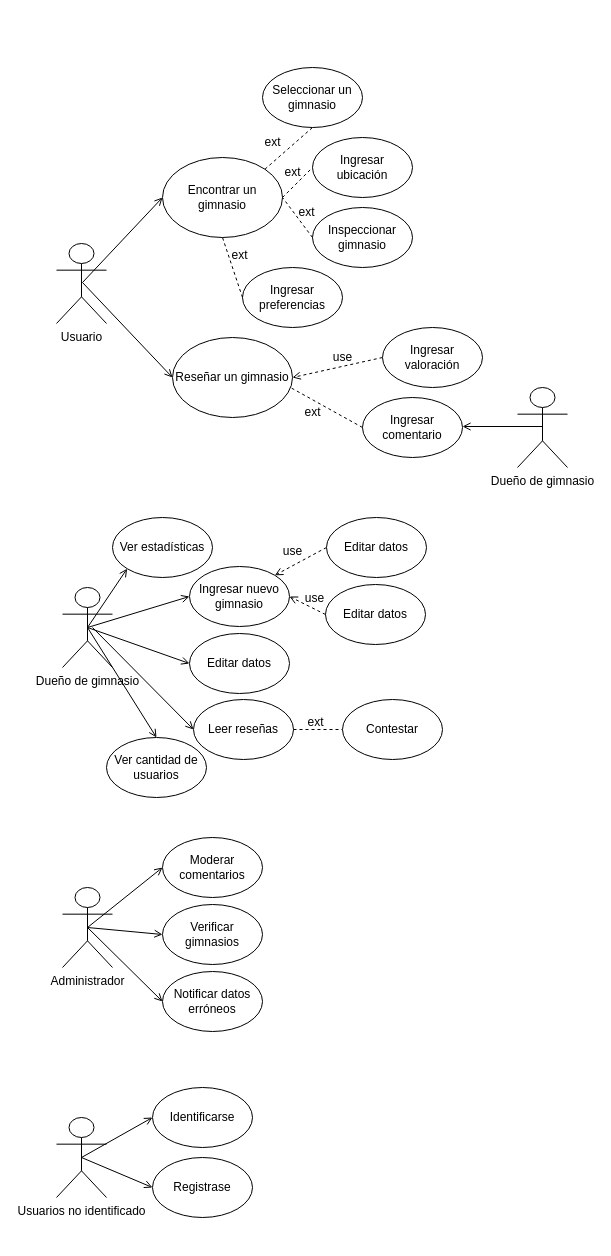
Before: Documentación/Draw.io/Diagrama de casos de uso.drawio in LucasConde22/GymFinder, a draw.io diagram. Source tidied: cells renumbered, new cells numbered last; positions are measured from the earlier drawing's top-left corner, leaving out a move shared by most shapes. Both pictures are drawn from the tidied source at 100%, with x=0, y=0 at pixel (56, 67).
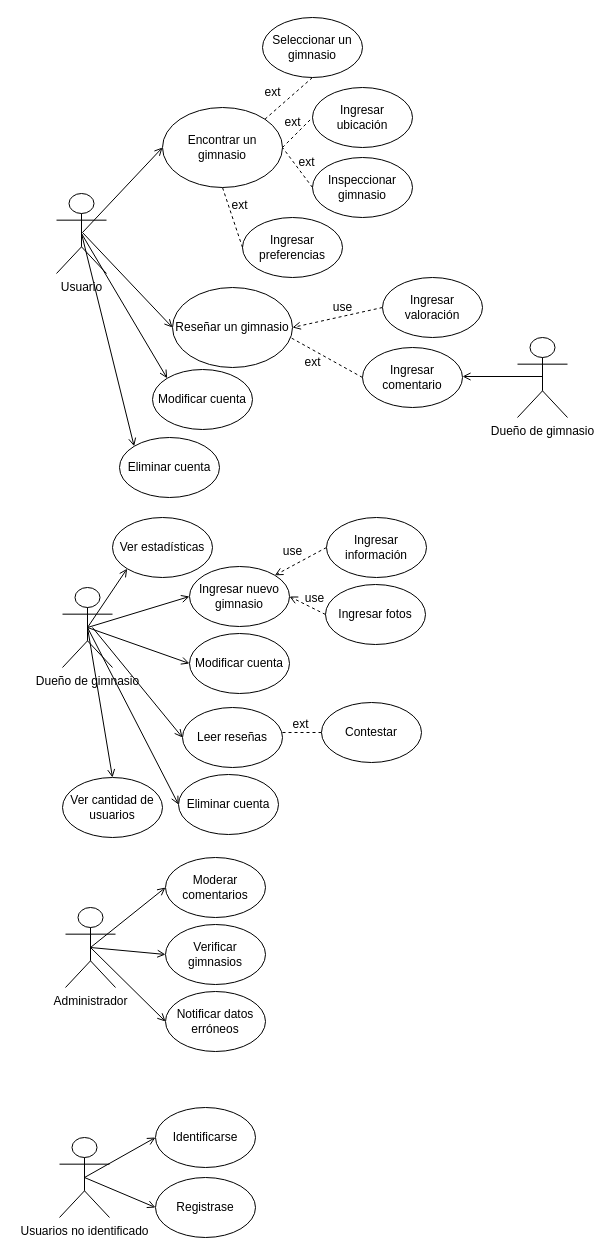
The same diagram, later.

The change refers to these unchanged cells:
```xml
<mxCell id="26" value="Dueño de gimnasio" style="shape=umlActor;verticalLabelPosition=bottom;verticalAlign=top;html=1;outlineConnect=0;" parent="1" vertex="1">
  <mxGeometry x="6" y="520" width="50" height="80" as="geometry" />
</mxCell>
```

The edit, as a diff of the source:
```diff
@@
     <mxCell id="2" style="endArrow=open;html=1;rounded=0;endFill=0;exitX=0.5;exitY=0.5;exitDx=0;exitDy=0;exitPerimeter=0;entryX=0;entryY=0.5;entryDx=0;entryDy=0;" parent="1" edge="1" target="3">
       <mxGeometry relative="1" as="geometry">
-        <mxPoint x="26" y="215" as="sourcePoint" />
+        <mxPoint x="26" y="165" as="sourcePoint" />
       </mxGeometry>
     </mxCell>
     <mxCell id="3" value="Encontrar un gimnasio" style="ellipse;whiteSpace=wrap;html=1;" parent="1" vertex="1">
-      <mxGeometry x="106" y="90" width="120" height="80" as="geometry" />
+      <mxGeometry x="106" y="40" width="120" height="80" as="geometry" />
     </mxCell>
     <mxCell id="4" style="endArrow=open;html=1;rounded=0;endFill=0;exitX=0.5;exitY=0.5;exitDx=0;exitDy=0;exitPerimeter=0;entryX=0;entryY=0.5;entryDx=0;entryDy=0;" parent="1" edge="1" target="5">
       <mxGeometry relative="1" as="geometry">
-        <mxPoint x="26" y="215" as="sourcePoint" />
+        <mxPoint x="26" y="165" as="sourcePoint" />
       </mxGeometry>
     </mxCell>
     <mxCell id="5" value="Reseñar un gimnasio" style="ellipse;whiteSpace=wrap;html=1;" parent="1" vertex="1">
-      <mxGeometry x="116" y="270" width="120" height="80" as="geometry" />
+      <mxGeometry x="116" y="220" width="120" height="80" as="geometry" />
     </mxCell>
     <mxCell id="6" value="Seleccionar un gimnasio" style="ellipse;whiteSpace=wrap;html=1;" parent="1" vertex="1">
-      <mxGeometry x="206" width="100" height="60" as="geometry" />
+      <mxGeometry x="206" y="-50" width="100" height="60" as="geometry" />
     </mxCell>
     <mxCell id="7" value="Ingresar ubicación" style="ellipse;whiteSpace=wrap;html=1;" parent="1" vertex="1">
-      <mxGeometry x="256" y="70" width="100" height="60" as="geometry" />
+      <mxGeometry x="256" y="20" width="100" height="60" as="geometry" />
     </mxCell>
     <mxCell id="8" value="Inspeccionar gimnasio" style="ellipse;whiteSpace=wrap;html=1;" parent="1" vertex="1">
-      <mxGeometry x="256" y="140" width="100" height="60" as="geometry" />
+      <mxGeometry x="256" y="90" width="100" height="60" as="geometry" />
     </mxCell>
     <mxCell id="9" value="Ingresar preferencias" style="ellipse;whiteSpace=wrap;html=1;" parent="1" vertex="1">
-      <mxGeometry x="186" y="200" width="100" height="60" as="geometry" />
+      <mxGeometry x="186" y="150" width="100" height="60" as="geometry" />
     </mxCell>
@@
     <mxCell id="14" value="ext" style="text;html=1;align=center;verticalAlign=middle;strokeColor=none;fillColor=none;" parent="1" vertex="1">
-      <mxGeometry x="196" y="60" width="40" height="30" as="geometry" />
+      <mxGeometry x="196" y="10" width="40" height="30" as="geometry" />
     </mxCell>
     <mxCell id="15" value="ext" style="text;html=1;align=center;verticalAlign=middle;strokeColor=none;fillColor=none;" parent="1" vertex="1">
-      <mxGeometry x="216" y="90" width="40" height="30" as="geometry" />
+      <mxGeometry x="216" y="40" width="40" height="30" as="geometry" />
     </mxCell>
     <mxCell id="16" value="ext" style="text;html=1;align=center;verticalAlign=middle;strokeColor=none;fillColor=none;" parent="1" vertex="1">
-      <mxGeometry x="230" y="130" width="40" height="30" as="geometry" />
+      <mxGeometry x="230" y="80" width="40" height="30" as="geometry" />
     </mxCell>
     <mxCell id="17" value="ext" style="text;html=1;align=center;verticalAlign=middle;strokeColor=none;fillColor=none;" parent="1" vertex="1">
-      <mxGeometry x="163" y="173" width="40" height="30" as="geometry" />
+      <mxGeometry x="163" y="123" width="40" height="30" as="geometry" />
     </mxCell>
     <mxCell id="18" style="endArrow=open;html=1;rounded=0;entryX=1;entryY=0.5;entryDx=0;entryDy=0;endFill=0;dashed=1;" parent="1" edge="1" target="5">
       <mxGeometry relative="1" as="geometry">
-        <mxPoint x="326" y="290" as="sourcePoint" />
+        <mxPoint x="326" y="240" as="sourcePoint" />
       </mxGeometry>
     </mxCell>
     <mxCell id="19" value="Ingresar valoración" style="ellipse;whiteSpace=wrap;html=1;" parent="1" vertex="1">
-      <mxGeometry x="326" y="260" width="100" height="60" as="geometry" />
+      <mxGeometry x="326" y="210" width="100" height="60" as="geometry" />
     </mxCell>
     <mxCell id="20" value="use" style="text;html=1;align=center;verticalAlign=middle;strokeColor=none;fillColor=none;" parent="1" vertex="1">
-      <mxGeometry x="266" y="275" width="40" height="30" as="geometry" />
+      <mxGeometry x="266" y="225" width="40" height="30" as="geometry" />
     </mxCell>
     <mxCell id="21" value="Ingresar comentario" style="ellipse;whiteSpace=wrap;html=1;" parent="1" vertex="1">
-      <mxGeometry x="306" y="330" width="100" height="60" as="geometry" />
+      <mxGeometry x="306" y="280" width="100" height="60" as="geometry" />
     </mxCell>
@@
     <mxCell id="23" value="ext" style="text;html=1;align=center;verticalAlign=middle;strokeColor=none;fillColor=none;" parent="1" vertex="1">
-      <mxGeometry x="236" y="330" width="40" height="30" as="geometry" />
+      <mxGeometry x="236" y="280" width="40" height="30" as="geometry" />
     </mxCell>
     <mxCell id="24" style="endArrow=open;html=1;rounded=0;endFill=0;" parent="1" edge="1">
       <mxGeometry relative="1" as="geometry">
-        <mxPoint x="486" y="359" as="sourcePoint" />
-        <mxPoint x="406" y="359" as="targetPoint" />
+        <mxPoint x="486" y="309" as="sourcePoint" />
+        <mxPoint x="406" y="309" as="targetPoint" />
       </mxGeometry>
     </mxCell>
     <mxCell id="25" value="Dueño de gimnasio" style="shape=umlActor;verticalLabelPosition=bottom;verticalAlign=top;html=1;" parent="1" vertex="1">
-      <mxGeometry x="461" y="320" width="50" height="80" as="geometry" />
+      <mxGeometry x="461" y="270" width="50" height="80" as="geometry" />
     </mxCell>
@@
     <mxCell id="27" value="Usuario" style="shape=umlActor;verticalLabelPosition=bottom;verticalAlign=top;html=1;outlineConnect=0;" parent="1" vertex="1">
-      <mxGeometry y="176" width="50" height="80" as="geometry" />
+      <mxGeometry y="126" width="50" height="80" as="geometry" />
     </mxCell>
@@
-    <mxCell id="30" value="Editar datos" style="ellipse;whiteSpace=wrap;html=1;" parent="1" vertex="1">
+    <mxCell id="30" value="Modificar cuenta" style="ellipse;whiteSpace=wrap;html=1;" parent="1" vertex="1">
       <mxGeometry x="133" y="566" width="100" height="60" as="geometry" />
     </mxCell>
     <mxCell id="31" value="Ver cantidad de usuarios" style="ellipse;whiteSpace=wrap;html=1;" parent="1" vertex="1">
-      <mxGeometry x="50" y="670" width="100" height="60" as="geometry" />
+      <mxGeometry x="6" y="710" width="100" height="60" as="geometry" />
     </mxCell>
@@
-    <mxCell id="37" value="Editar datos" style="ellipse;whiteSpace=wrap;html=1;" parent="1" vertex="1">
+    <mxCell id="37" value="Ingresar información" style="ellipse;whiteSpace=wrap;html=1;" parent="1" vertex="1">
       <mxGeometry x="270" y="450" width="100" height="60" as="geometry" />
     </mxCell>
-    <mxCell id="38" value="Editar datos" style="ellipse;whiteSpace=wrap;html=1;" parent="1" vertex="1">
+    <mxCell id="38" value="Ingresar fotos" style="ellipse;whiteSpace=wrap;html=1;" parent="1" vertex="1">
       <mxGeometry x="269" y="517" width="100" height="60" as="geometry" />
     </mxCell>
@@
     <mxCell id="42" value="Leer reseñas" style="ellipse;whiteSpace=wrap;html=1;" parent="1" vertex="1">
-      <mxGeometry x="137" y="632" width="100" height="60" as="geometry" />
+      <mxGeometry x="126" y="640" width="100" height="60" as="geometry" />
     </mxCell>
@@
-    <mxCell id="44" style="endArrow=none;dashed=1;html=1;rounded=0;exitX=1;exitY=0.5;exitDx=0;exitDy=0;" parent="1" edge="1" source="42">
-      <mxGeometry relative="1" as="geometry">
-        <mxPoint x="286" y="662" as="targetPoint" />
-      </mxGeometry>
+    <mxCell id="44" style="endArrow=none;dashed=1;html=1;rounded=0;exitX=1;exitY=0.417;exitDx=0;exitDy=0;entryX=0;entryY=0.5;entryDx=0;entryDy=0;exitPerimeter=0;" parent="1" edge="1" source="42" target="45">
+      <mxGeometry relative="1" as="geometry" />
     </mxCell>
     <mxCell id="45" value="Contestar" style="ellipse;whiteSpace=wrap;html=1;" parent="1" vertex="1">
-      <mxGeometry x="286" y="632" width="100" height="60" as="geometry" />
+      <mxGeometry x="265" y="635" width="100" height="60" as="geometry" />
     </mxCell>
     <mxCell id="46" value="ext" style="text;html=1;align=center;verticalAlign=middle;strokeColor=none;fillColor=none;" parent="1" vertex="1">
-      <mxGeometry x="239" y="640" width="40" height="30" as="geometry" />
+      <mxGeometry x="224" y="642" width="40" height="30" as="geometry" />
     </mxCell>
     <mxCell id="47" value="Administrador" style="shape=umlActor;verticalLabelPosition=bottom;verticalAlign=top;html=1;outlineConnect=0;" parent="1" vertex="1">
-      <mxGeometry x="6" y="820" width="50" height="80" as="geometry" />
+      <mxGeometry x="9" y="840" width="50" height="80" as="geometry" />
     </mxCell>
     <mxCell id="48" value="Moderar comentarios" style="ellipse;whiteSpace=wrap;html=1;" parent="1" vertex="1">
-      <mxGeometry x="106" y="770" width="100" height="60" as="geometry" />
+      <mxGeometry x="109" y="790" width="100" height="60" as="geometry" />
     </mxCell>
     <mxCell id="49" value="Verificar gimnasios" style="ellipse;whiteSpace=wrap;html=1;" parent="1" vertex="1">
-      <mxGeometry x="106" y="837" width="100" height="60" as="geometry" />
+      <mxGeometry x="109" y="857" width="100" height="60" as="geometry" />
     </mxCell>
@@
     <mxCell id="52" value="Notificar datos erróneos" style="ellipse;whiteSpace=wrap;html=1;" parent="1" vertex="1">
-      <mxGeometry x="106" y="904" width="100" height="60" as="geometry" />
+      <mxGeometry x="109" y="924" width="100" height="60" as="geometry" />
     </mxCell>
@@
     <mxCell id="54" value="Usuarios no identificado" style="shape=umlActor;verticalLabelPosition=bottom;verticalAlign=top;html=1;outlineConnect=0;" parent="1" vertex="1">
-      <mxGeometry y="1050" width="50" height="80" as="geometry" />
+      <mxGeometry x="3" y="1070" width="50" height="80" as="geometry" />
     </mxCell>
     <mxCell id="55" value="Identificarse" style="ellipse;whiteSpace=wrap;html=1;" parent="1" vertex="1">
-      <mxGeometry x="96" y="1020" width="100" height="60" as="geometry" />
+      <mxGeometry x="99" y="1040" width="100" height="60" as="geometry" />
     </mxCell>
     <mxCell id="56" value="Registrase" style="ellipse;whiteSpace=wrap;html=1;" parent="1" vertex="1">
-      <mxGeometry x="96" y="1090" width="100" height="60" as="geometry" />
+      <mxGeometry x="99" y="1110" width="100" height="60" as="geometry" />
     </mxCell>
@@
+    <mxCell id="59" style="endArrow=open;html=1;rounded=0;endFill=0;exitX=0.5;exitY=0.5;exitDx=0;exitDy=0;exitPerimeter=0;entryX=0;entryY=0;entryDx=0;entryDy=0;" parent="1" edge="1" source="27" target="60">
+      <mxGeometry relative="1" as="geometry" />
+    </mxCell>
+    <mxCell id="60" value="Modificar cuenta" style="ellipse;whiteSpace=wrap;html=1;" parent="1" vertex="1">
+      <mxGeometry x="96" y="302" width="100" height="60" as="geometry" />
+    </mxCell>
+    <mxCell id="61" value="Eliminar cuenta" style="ellipse;whiteSpace=wrap;html=1;" parent="1" vertex="1">
+      <mxGeometry x="63" y="370" width="100" height="60" as="geometry" />
+    </mxCell>
+    <mxCell id="62" style="endArrow=open;html=1;rounded=0;endFill=0;exitX=0.5;exitY=0.5;exitDx=0;exitDy=0;exitPerimeter=0;entryX=0;entryY=0;entryDx=0;entryDy=0;" parent="1" edge="1" source="27" target="61">
+      <mxGeometry relative="1" as="geometry" />
+    </mxCell>
+    <mxCell id="63" value="Eliminar cuenta" style="ellipse;whiteSpace=wrap;html=1;" parent="1" vertex="1">
+      <mxGeometry x="122" y="707" width="100" height="60" as="geometry" />
+    </mxCell>
+    <mxCell id="64" style="endArrow=open;html=1;rounded=0;endFill=0;entryX=0;entryY=0.5;entryDx=0;entryDy=0;exitX=0.5;exitY=0.5;exitDx=0;exitDy=0;exitPerimeter=0;" parent="1" edge="1" source="26" target="63">
+      <mxGeometry relative="1" as="geometry" />
+    </mxCell>
```
